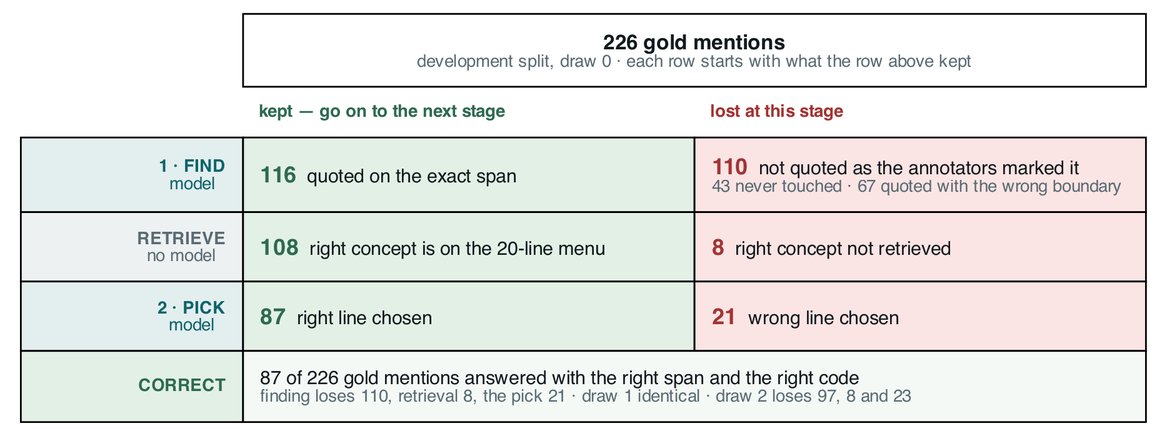
wbagais/reliability-ladder keeps this Graphviz diagram as docs/figures/infoq-fig3-funnel.png. Above is the earlier version. Its source is kept beside it as docs/figures/infoq-fig3-funnel.dot. Its diagram source:
```dot
digraph funnel {
  bgcolor="white";
  node [shape=none fontname="Helvetica"];

  t [label=<<TABLE BORDER="0" CELLBORDER="1" CELLSPACING="0" CELLPADDING="9">

    <TR><TD BORDER="0"></TD>
      <TD COLSPAN="2" BGCOLOR="#ffffff" ALIGN="CENTER"><FONT POINT-SIZE="12" COLOR="#121a1e"><B>226 gold mentions</B></FONT><BR/><FONT POINT-SIZE="10" COLOR="#5a6b73">development split, draw 0 · each row starts with what the row above kept</FONT></TD>
    </TR>

    <TR><TD BORDER="0"></TD>
      <TD BORDER="0" ALIGN="LEFT" WIDTH="260"><FONT POINT-SIZE="10" COLOR="#2d6a4f"><B>kept — go on to the next stage</B></FONT></TD>
      <TD BORDER="0" ALIGN="LEFT" WIDTH="260"><FONT POINT-SIZE="10" COLOR="#a33333"><B>lost at this stage</B></FONT></TD>
    </TR>

    <TR><TD BGCOLOR="#e3eeef" ALIGN="RIGHT" WIDTH="128"><FONT POINT-SIZE="10.5" COLOR="#0c6469"><B>1 · FIND</B><BR ALIGN="RIGHT"/>model</FONT></TD>
      <TD BGCOLOR="#e3f0e6" ALIGN="LEFT"><FONT POINT-SIZE="13" COLOR="#2d6a4f"><B>116</B></FONT><FONT POINT-SIZE="11" COLOR="#121a1e">  quoted on the exact span</FONT></TD>
      <TD BGCOLOR="#fbe4e4" ALIGN="LEFT"><FONT POINT-SIZE="13" COLOR="#a33333"><B>110</B></FONT><FONT POINT-SIZE="11" COLOR="#121a1e">  not quoted as the annotators marked it</FONT><BR ALIGN="LEFT"/><FONT POINT-SIZE="10" COLOR="#5a6b73">43 never touched · 67 quoted with the wrong boundary</FONT><BR ALIGN="LEFT"/></TD>
    </TR>

    <TR><TD BGCOLOR="#eef1f2" ALIGN="RIGHT"><FONT POINT-SIZE="10.5" COLOR="#5a6b73"><B>RETRIEVE</B><BR ALIGN="RIGHT"/>no model</FONT></TD>
      <TD BGCOLOR="#e3f0e6" ALIGN="LEFT"><FONT POINT-SIZE="13" COLOR="#2d6a4f"><B>108</B></FONT><FONT POINT-SIZE="11" COLOR="#121a1e">  right concept is on the 20-line menu</FONT></TD>
      <TD BGCOLOR="#fbe4e4" ALIGN="LEFT"><FONT POINT-SIZE="13" COLOR="#a33333"><B>8</B></FONT><FONT POINT-SIZE="11" COLOR="#121a1e">  right concept not retrieved</FONT></TD>
    </TR>

    <TR><TD BGCOLOR="#e3eeef" ALIGN="RIGHT"><FONT POINT-SIZE="10.5" COLOR="#0c6469"><B>2 · PICK</B><BR ALIGN="RIGHT"/>model</FONT></TD>
      <TD BGCOLOR="#e3f0e6" ALIGN="LEFT"><FONT POINT-SIZE="13" COLOR="#2d6a4f"><B>87</B></FONT><FONT POINT-SIZE="11" COLOR="#121a1e">  right line chosen</FONT></TD>
      <TD BGCOLOR="#fbe4e4" ALIGN="LEFT"><FONT POINT-SIZE="13" COLOR="#a33333"><B>21</B></FONT><FONT POINT-SIZE="11" COLOR="#121a1e">  wrong line chosen</FONT></TD>
    </TR>

    <TR><TD BGCOLOR="#e3f0e6" ALIGN="RIGHT"><FONT POINT-SIZE="10.5" COLOR="#2d6a4f"><B>CORRECT</B></FONT></TD>
      <TD COLSPAN="2" BGCOLOR="#f4f9f6" ALIGN="LEFT"><FONT POINT-SIZE="11.5" COLOR="#121a1e">87 of 226 gold mentions answered with the right span and the right code</FONT><BR ALIGN="LEFT"/><FONT POINT-SIZE="10" COLOR="#5a6b73">finding loses 110, retrieval 8, the pick 21 · draw 1 identical · draw 2 loses 97, 8 and 23</FONT><BR ALIGN="LEFT"/></TD>
    </TR>

  </TABLE>>];
}
```
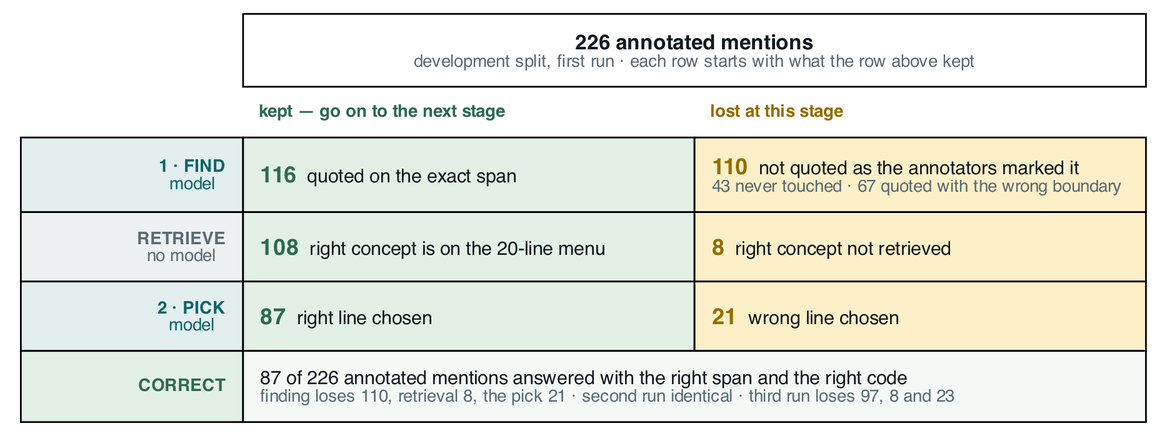
Later version of the same file.

Commit message:
InfoQ CADEC article: cut to 2,849 words, reframed around confidence tiers, shipping rules scored as F1 + count to a person, new shipped-set figure

The edit, as a diff of the source:
```diff
@@ -5,31 +5,31 @@
   t [label=<<TABLE BORDER="0" CELLBORDER="1" CELLSPACING="0" CELLPADDING="9">
 
     <TR><TD BORDER="0"></TD>
-      <TD COLSPAN="2" BGCOLOR="#ffffff" ALIGN="CENTER"><FONT POINT-SIZE="12" COLOR="#121a1e"><B>226 gold mentions</B></FONT><BR/><FONT POINT-SIZE="10" COLOR="#5a6b73">development split, draw 0 · each row starts with what the row above kept</FONT></TD>
+      <TD COLSPAN="2" BGCOLOR="#ffffff" ALIGN="CENTER"><FONT POINT-SIZE="12" COLOR="#121a1e"><B>226 annotated mentions</B></FONT><BR/><FONT POINT-SIZE="10" COLOR="#5a6b73">development split, first run · each row starts with what the row above kept</FONT></TD>
     </TR>
 
     <TR><TD BORDER="0"></TD>
       <TD BORDER="0" ALIGN="LEFT" WIDTH="260"><FONT POINT-SIZE="10" COLOR="#2d6a4f"><B>kept — go on to the next stage</B></FONT></TD>
-      <TD BORDER="0" ALIGN="LEFT" WIDTH="260"><FONT POINT-SIZE="10" COLOR="#a33333"><B>lost at this stage</B></FONT></TD>
+      <TD BORDER="0" ALIGN="LEFT" WIDTH="260"><FONT POINT-SIZE="10" COLOR="#946c00"><B>lost at this stage</B></FONT></TD>
     </TR>
 
     <TR><TD BGCOLOR="#e3eeef" ALIGN="RIGHT" WIDTH="128"><FONT POINT-SIZE="10.5" COLOR="#0c6469"><B>1 · FIND</B><BR ALIGN="RIGHT"/>model</FONT></TD>
       <TD BGCOLOR="#e3f0e6" ALIGN="LEFT"><FONT POINT-SIZE="13" COLOR="#2d6a4f"><B>116</B></FONT><FONT POINT-SIZE="11" COLOR="#121a1e">  quoted on the exact span</FONT></TD>
-      <TD BGCOLOR="#fbe4e4" ALIGN="LEFT"><FONT POINT-SIZE="13" COLOR="#a33333"><B>110</B></FONT><FONT POINT-SIZE="11" COLOR="#121a1e">  not quoted as the annotators marked it</FONT><BR ALIGN="LEFT"/><FONT POINT-SIZE="10" COLOR="#5a6b73">43 never touched · 67 quoted with the wrong boundary</FONT><BR ALIGN="LEFT"/></TD>
+      <TD BGCOLOR="#fdf0c8" ALIGN="LEFT"><FONT POINT-SIZE="13" COLOR="#946c00"><B>110</B></FONT><FONT POINT-SIZE="11" COLOR="#121a1e">  not quoted as the annotators marked it</FONT><BR ALIGN="LEFT"/><FONT POINT-SIZE="10" COLOR="#5a6b73">43 never touched · 67 quoted with the wrong boundary</FONT><BR ALIGN="LEFT"/></TD>
     </TR>
 
     <TR><TD BGCOLOR="#eef1f2" ALIGN="RIGHT"><FONT POINT-SIZE="10.5" COLOR="#5a6b73"><B>RETRIEVE</B><BR ALIGN="RIGHT"/>no model</FONT></TD>
       <TD BGCOLOR="#e3f0e6" ALIGN="LEFT"><FONT POINT-SIZE="13" COLOR="#2d6a4f"><B>108</B></FONT><FONT POINT-SIZE="11" COLOR="#121a1e">  right concept is on the 20-line menu</FONT></TD>
-      <TD BGCOLOR="#fbe4e4" ALIGN="LEFT"><FONT POINT-SIZE="13" COLOR="#a33333"><B>8</B></FONT><FONT POINT-SIZE="11" COLOR="#121a1e">  right concept not retrieved</FONT></TD>
+      <TD BGCOLOR="#fdf0c8" ALIGN="LEFT"><FONT POINT-SIZE="13" COLOR="#946c00"><B>8</B></FONT><FONT POINT-SIZE="11" COLOR="#121a1e">  right concept not retrieved</FONT></TD>
     </TR>
 
     <TR><TD BGCOLOR="#e3eeef" ALIGN="RIGHT"><FONT POINT-SIZE="10.5" COLOR="#0c6469"><B>2 · PICK</B><BR ALIGN="RIGHT"/>model</FONT></TD>
       <TD BGCOLOR="#e3f0e6" ALIGN="LEFT"><FONT POINT-SIZE="13" COLOR="#2d6a4f"><B>87</B></FONT><FONT POINT-SIZE="11" COLOR="#121a1e">  right line chosen</FONT></TD>
-      <TD BGCOLOR="#fbe4e4" ALIGN="LEFT"><FONT POINT-SIZE="13" COLOR="#a33333"><B>21</B></FONT><FONT POINT-SIZE="11" COLOR="#121a1e">  wrong line chosen</FONT></TD>
+      <TD BGCOLOR="#fdf0c8" ALIGN="LEFT"><FONT POINT-SIZE="13" COLOR="#946c00"><B>21</B></FONT><FONT POINT-SIZE="11" COLOR="#121a1e">  wrong line chosen</FONT></TD>
     </TR>
 
     <TR><TD BGCOLOR="#e3f0e6" ALIGN="RIGHT"><FONT POINT-SIZE="10.5" COLOR="#2d6a4f"><B>CORRECT</B></FONT></TD>
-      <TD COLSPAN="2" BGCOLOR="#f4f9f6" ALIGN="LEFT"><FONT POINT-SIZE="11.5" COLOR="#121a1e">87 of 226 gold mentions answered with the right span and the right code</FONT><BR ALIGN="LEFT"/><FONT POINT-SIZE="10" COLOR="#5a6b73">finding loses 110, retrieval 8, the pick 21 · draw 1 identical · draw 2 loses 97, 8 and 23</FONT><BR ALIGN="LEFT"/></TD>
+      <TD COLSPAN="2" BGCOLOR="#f4f9f6" ALIGN="LEFT"><FONT POINT-SIZE="11.5" COLOR="#121a1e">87 of 226 annotated mentions answered with the right span and the right code</FONT><BR ALIGN="LEFT"/><FONT POINT-SIZE="10" COLOR="#5a6b73">finding loses 110, retrieval 8, the pick 21 · second run identical · third run loses 97, 8 and 23</FONT><BR ALIGN="LEFT"/></TD>
     </TR>
 
   </TABLE>>];
```
